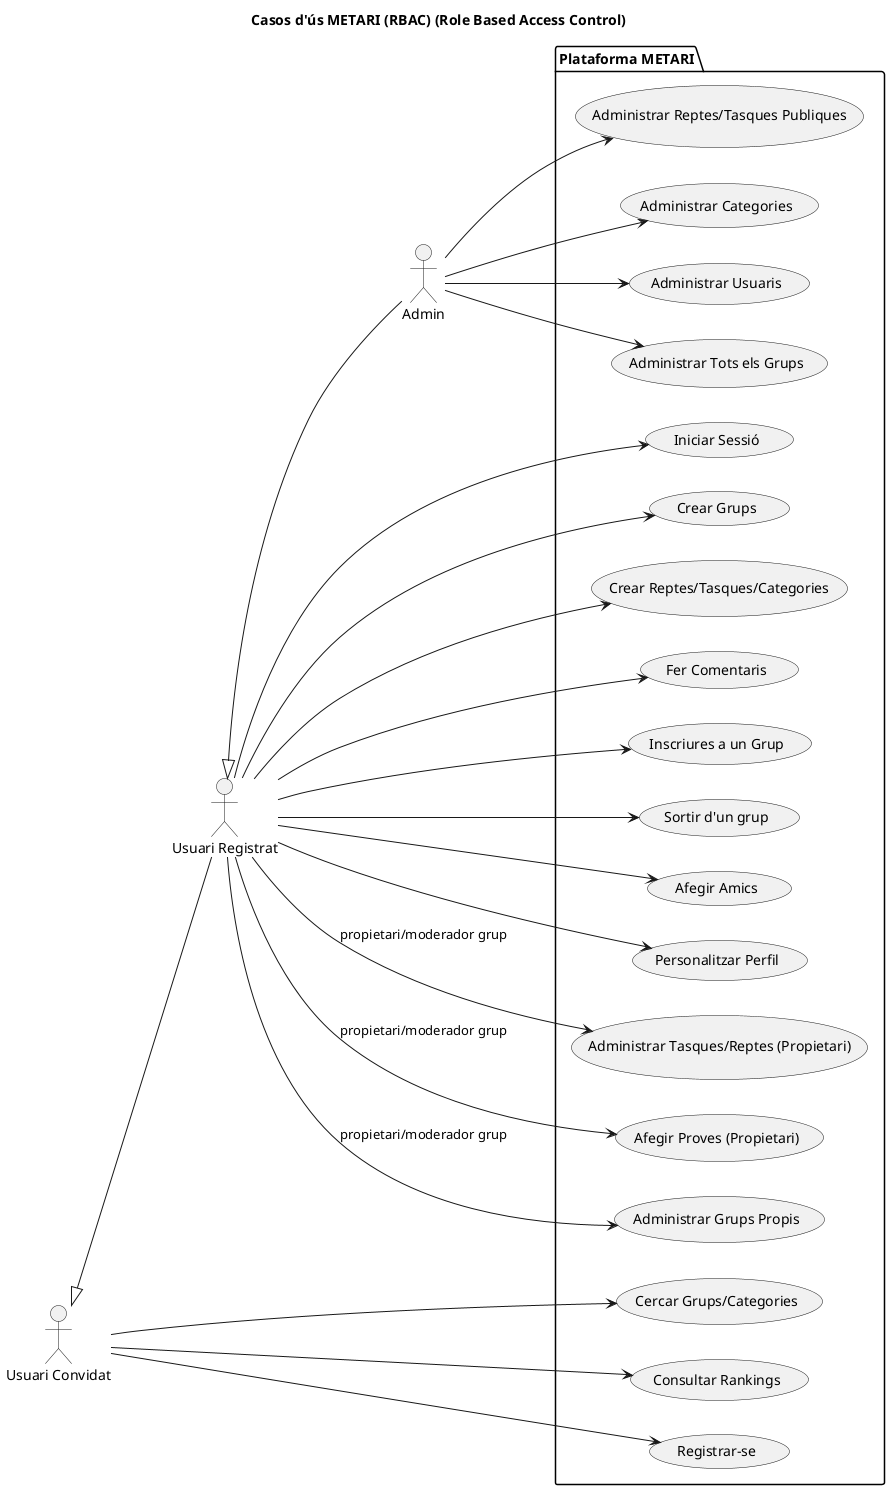
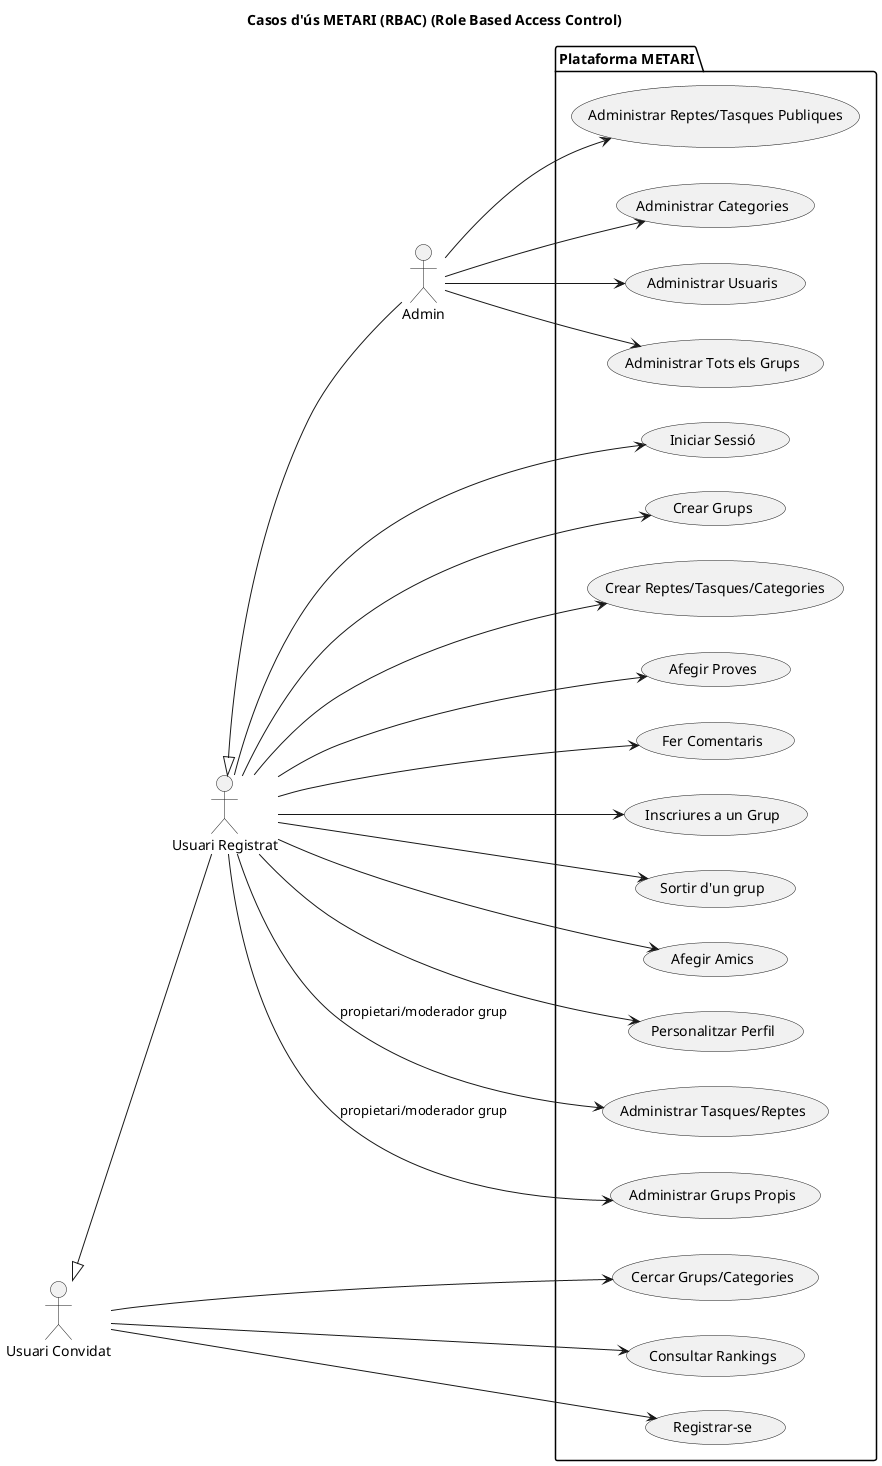
@startuml
title Casos d'ús METARI (RBAC) (Role Based Access Control)

left to right direction

actor "Usuari Convidat" as UC
actor "Usuari Registrat" as UR
actor "Admin" as Admin

' Herencia de rols: L'usuari registrat pot fer el mateix que el convidat i acumulant
UC <|-- UR
UR <|-- Admin

package "Plataforma METARI" {

    ' Convidat
    usecase "Cercar Grups/Categories" as UC1
    usecase "Consultar Rankings" as UC2
    usecase "Registrar-se" as UC3

    ' Usuari registrat
    usecase "Iniciar Sessió" as UR1
    usecase "Crear Grups" as UR2
    usecase "Crear Reptes/Tasques/Categories" as UR3
-     usecase "Fer Comentaris" as UR4
-     usecase "Inscriures a un Grup" as UR5
-     usecase "Sortir d'un grup" as UR6
-     usecase "Afegir Amics" as UR7
-     usecase "Personalitzar Perfil" as UR8
+     usecase "Afegir Proves" as UR4
+     usecase "Fer Comentaris" as UR5
+     usecase "Inscriures a un Grup" as UR6
+     usecase "Sortir d'un grup" as UR7
+     usecase "Afegir Amics" as UR8
+     usecase "Personalitzar Perfil" as UR9

    ' Propietari/Moderador de grup
-     usecase "Administrar Tasques/Reptes (Propietari)" as URP1
-     usecase "Afegir Proves (Propietari)" as URP2
-     usecase "Administrar Grups Propis" as URP3
+     usecase "Administrar Tasques/Reptes" as URP1
+     usecase "Administrar Grups Propis" as URP2

    ' Admin
    usecase "Administrar Reptes/Tasques Publiques" as A1
    usecase "Administrar Categories" as A2
    usecase "Administrar Usuaris" as A3
    usecase "Administrar Tots els Grups" as A4
}

' Casos d'ús Convidat
UC --> UC1
UC --> UC2
UC --> UC3

' Casos d'ús Registrat
UR --> UR1
UR --> UR2
UR --> UR3
UR --> UR4
UR --> UR5
UR --> UR6
UR --> UR7
UR --> UR8
+ UR --> UR9

' Registrat (Propietari/Admin Grup)
UR --> URP1 : "propietari/moderador grup"
UR --> URP2 : "propietari/moderador grup"
- UR --> URP3 : "propietari/moderador grup"

' Admin
Admin --> A1
Admin --> A2
Admin --> A3
Admin --> A4

@enduml